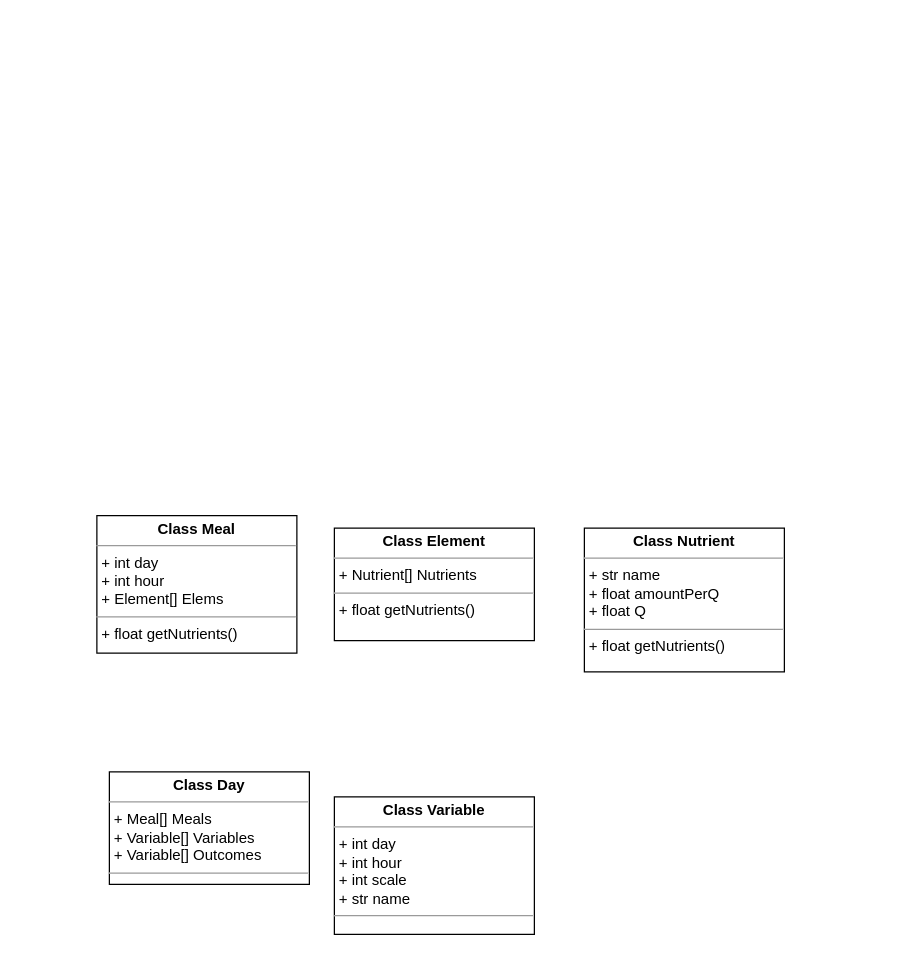
Before: Class Diagram.drawio in Norange01/Prospective-Nutritional-Study, a draw.io diagram. Source tidied: cells renumbered, new cells numbered last; positions are measured from the earlier drawing's top-left corner, leaving out a move shared by most shapes. Both pictures are drawn from the tidied source at 125%, with x=0, y=0 at pixel (96, 515).
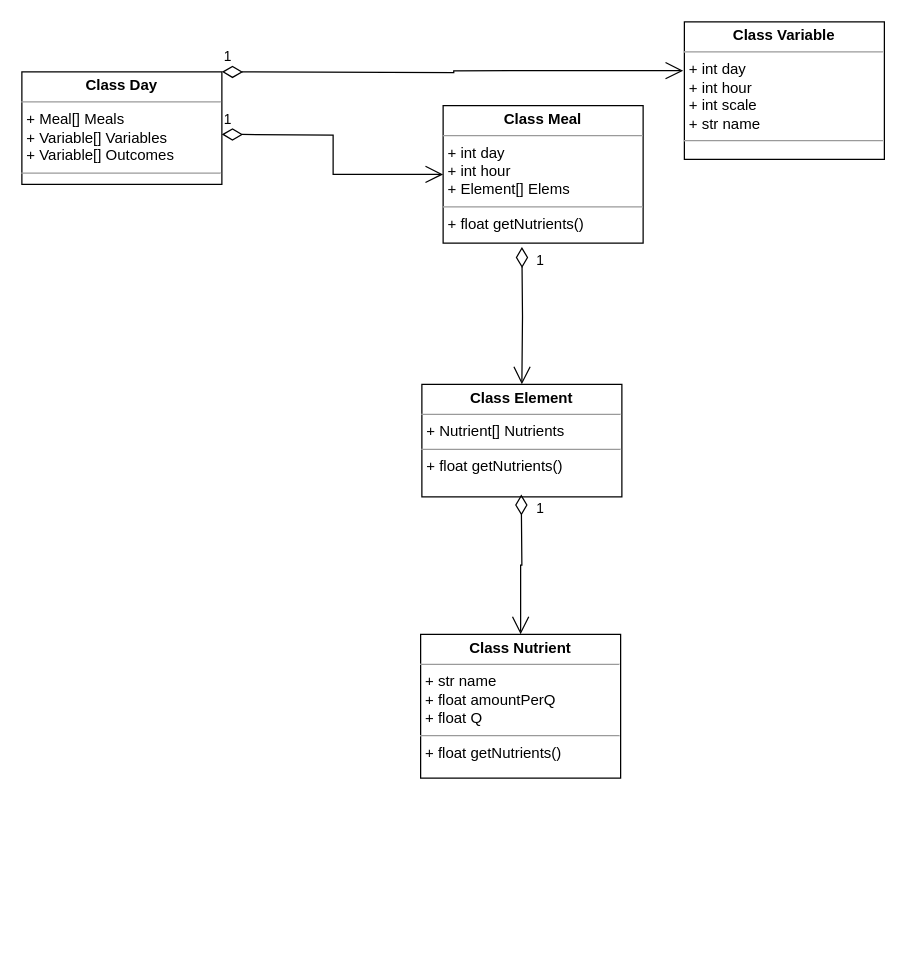
Above is the later version.

Commit message:
Adds arrows to class diagram

Change to the diagram source:
```diff
@@
 <mxGraphModel>
   <root>
     <mxCell id="0" />
     <mxCell id="1" parent="0" />
     <mxCell id="2" value="&lt;p style=&quot;margin:0px;margin-top:4px;text-align:center;&quot;&gt;&lt;b&gt;Class Meal&lt;br&gt;&lt;/b&gt;&lt;/p&gt;&lt;hr size=&quot;1&quot;&gt;&lt;p style=&quot;margin:0px;margin-left:4px;&quot;&gt;+ int day&lt;br&gt;+ int hour&lt;br&gt;+ Element[] Elems&lt;br&gt;&lt;/p&gt;&lt;hr size=&quot;1&quot;&gt;&lt;p style=&quot;margin:0px;margin-left:4px;&quot;&gt;+ float getNutrients()&lt;br&gt;&lt;/p&gt;" style="verticalAlign=top;align=left;overflow=fill;fontSize=12;fontFamily=Helvetica;html=1;" parent="1" vertex="1">
-      <mxGeometry width="160" height="110" as="geometry" />
+      <mxGeometry x="277" y="-328" width="160" height="110" as="geometry" />
     </mxCell>
     <mxCell id="3" value="&lt;p style=&quot;margin:0px;margin-top:4px;text-align:center;&quot;&gt;&lt;b&gt;Class Element&lt;br&gt;&lt;/b&gt;&lt;/p&gt;&lt;hr size=&quot;1&quot;&gt;&lt;p style=&quot;margin:0px;margin-left:4px;&quot;&gt;+ Nutrient[] Nutrients&lt;br&gt;&lt;/p&gt;&lt;hr size=&quot;1&quot;&gt;&lt;p style=&quot;margin:0px;margin-left:4px;&quot;&gt;+ float getNutrients()&lt;br&gt;&lt;/p&gt;" style="verticalAlign=top;align=left;overflow=fill;fontSize=12;fontFamily=Helvetica;html=1;" parent="1" vertex="1">
-      <mxGeometry x="190" y="10" width="160" height="90" as="geometry" />
+      <mxGeometry x="260" y="-105" width="160" height="90" as="geometry" />
     </mxCell>
     <mxCell id="4" value="&lt;p style=&quot;margin:0px;margin-top:4px;text-align:center;&quot;&gt;&lt;b&gt;Class Nutrient&lt;br&gt;&lt;/b&gt;&lt;/p&gt;&lt;hr size=&quot;1&quot;&gt;&lt;p style=&quot;margin:0px;margin-left:4px;&quot;&gt;+ str name&lt;br&gt;+ float amountPerQ&lt;br&gt;+ float Q&lt;br&gt;&lt;/p&gt;&lt;hr size=&quot;1&quot;&gt;&lt;p style=&quot;margin:0px;margin-left:4px;&quot;&gt;+ float getNutrients()&lt;br&gt;&lt;/p&gt;" style="verticalAlign=top;align=left;overflow=fill;fontSize=12;fontFamily=Helvetica;html=1;" parent="1" vertex="1">
-      <mxGeometry x="390" y="10" width="160" height="115" as="geometry" />
+      <mxGeometry x="259" y="95" width="160" height="115" as="geometry" />
     </mxCell>
     <mxCell id="5" value="&lt;p style=&quot;margin:0px;margin-top:4px;text-align:center;&quot;&gt;&lt;b&gt;Class Day&lt;br&gt;&lt;/b&gt;&lt;/p&gt;&lt;hr size=&quot;1&quot;&gt;&lt;p style=&quot;margin:0px;margin-left:4px;&quot;&gt;+ Meal[] Meals&lt;br&gt;+ Variable[] Variables&lt;br&gt;+ Variable[] Outcomes&lt;br&gt;&lt;/p&gt;&lt;hr size=&quot;1&quot;&gt;" style="verticalAlign=top;align=left;overflow=fill;fontSize=12;fontFamily=Helvetica;html=1;" parent="1" vertex="1">
-      <mxGeometry x="10" y="205" width="160" height="90" as="geometry" />
+      <mxGeometry x="-60" y="-355" width="160" height="90" as="geometry" />
     </mxCell>
     <mxCell id="6" value="&lt;p style=&quot;margin:0px;margin-top:4px;text-align:center;&quot;&gt;&lt;b&gt;Class Variable&lt;br&gt;&lt;/b&gt;&lt;/p&gt;&lt;hr size=&quot;1&quot;&gt;&lt;p style=&quot;margin:0px;margin-left:4px;&quot;&gt;+ int day&lt;br&gt;+ int hour&lt;br&gt;+ int scale&lt;br&gt;+ str name&lt;br&gt;&lt;/p&gt;&lt;hr size=&quot;1&quot;&gt;&lt;p style=&quot;margin:0px;margin-left:4px;&quot;&gt;&lt;br&gt;&lt;/p&gt;" style="verticalAlign=top;align=left;overflow=fill;fontSize=12;fontFamily=Helvetica;html=1;" parent="1" vertex="1">
-      <mxGeometry x="190" y="225" width="160" height="110" as="geometry" />
+      <mxGeometry x="470" y="-395" width="160" height="110" as="geometry" />
     </mxCell>
+    <mxCell id="7" value="1" style="endArrow=open;html=1;endSize=12;startArrow=diamondThin;startSize=14;startFill=0;edgeStyle=orthogonalEdgeStyle;align=left;verticalAlign=bottom;rounded=0;entryX=0;entryY=0.5;entryDx=0;entryDy=0;" parent="1" edge="1" target="2">
+      <mxGeometry x="-1" y="3" relative="1" as="geometry">
+        <mxPoint x="100" y="-305" as="sourcePoint" />
+      </mxGeometry>
+    </mxCell>
+    <mxCell id="8" value="1" style="endArrow=open;html=1;endSize=12;startArrow=diamondThin;startSize=14;startFill=0;edgeStyle=orthogonalEdgeStyle;align=left;verticalAlign=bottom;rounded=0;entryX=0.5;entryY=0;entryDx=0;entryDy=0;" parent="1" edge="1" target="3">
+      <mxGeometry x="-0.64" y="10" relative="1" as="geometry">
+        <mxPoint x="340" y="-215" as="sourcePoint" />
+      </mxGeometry>
+    </mxCell>
+    <mxCell id="9" value="1" style="endArrow=open;html=1;endSize=12;startArrow=diamondThin;startSize=14;startFill=0;edgeStyle=orthogonalEdgeStyle;align=left;verticalAlign=bottom;rounded=0;" parent="1" edge="1" target="4">
+      <mxGeometry x="-0.64" y="10" relative="1" as="geometry">
+        <mxPoint x="339.5" y="-17" as="sourcePoint" />
+      </mxGeometry>
+    </mxCell>
+    <mxCell id="10" value="1" style="endArrow=open;html=1;endSize=12;startArrow=diamondThin;startSize=14;startFill=0;edgeStyle=orthogonalEdgeStyle;align=left;verticalAlign=bottom;rounded=0;entryX=-0.006;entryY=0.355;entryDx=0;entryDy=0;entryPerimeter=0;" parent="1" edge="1" target="6">
+      <mxGeometry x="-1" y="3" relative="1" as="geometry">
+        <mxPoint x="100" y="-355" as="sourcePoint" />
+      </mxGeometry>
+    </mxCell>
   </root>
 </mxGraphModel>
```
